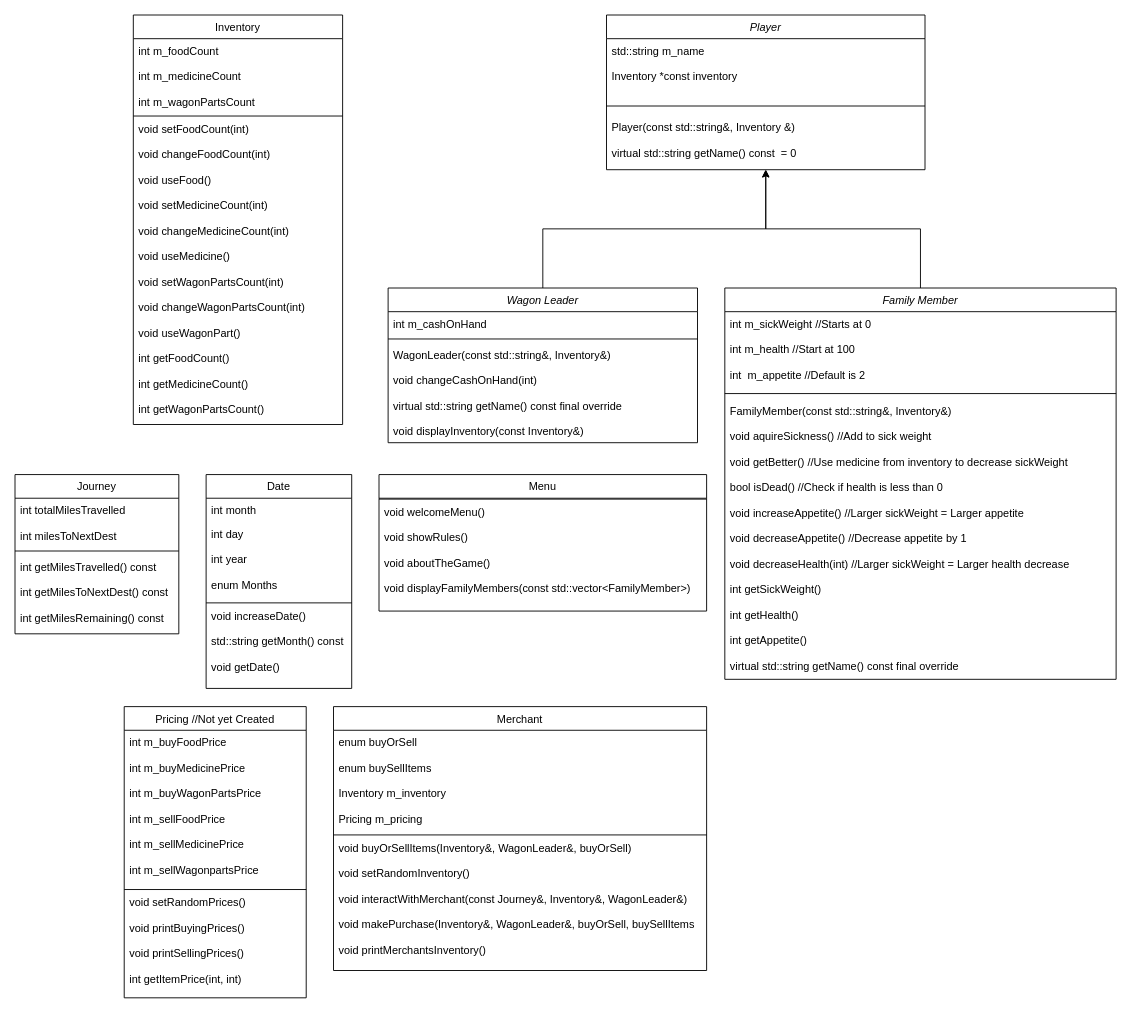
Above: GameDesign.drawio in jro0100/Safe-Travels (draw.io), before the change. Source tidied: cells renumbered, new cells numbered last; positions are measured from the earlier drawing's top-left corner, leaving out a move shared by most shapes. Both pictures are drawn from the tidied source at 91%, with x=0, y=0 at pixel (15, 15).
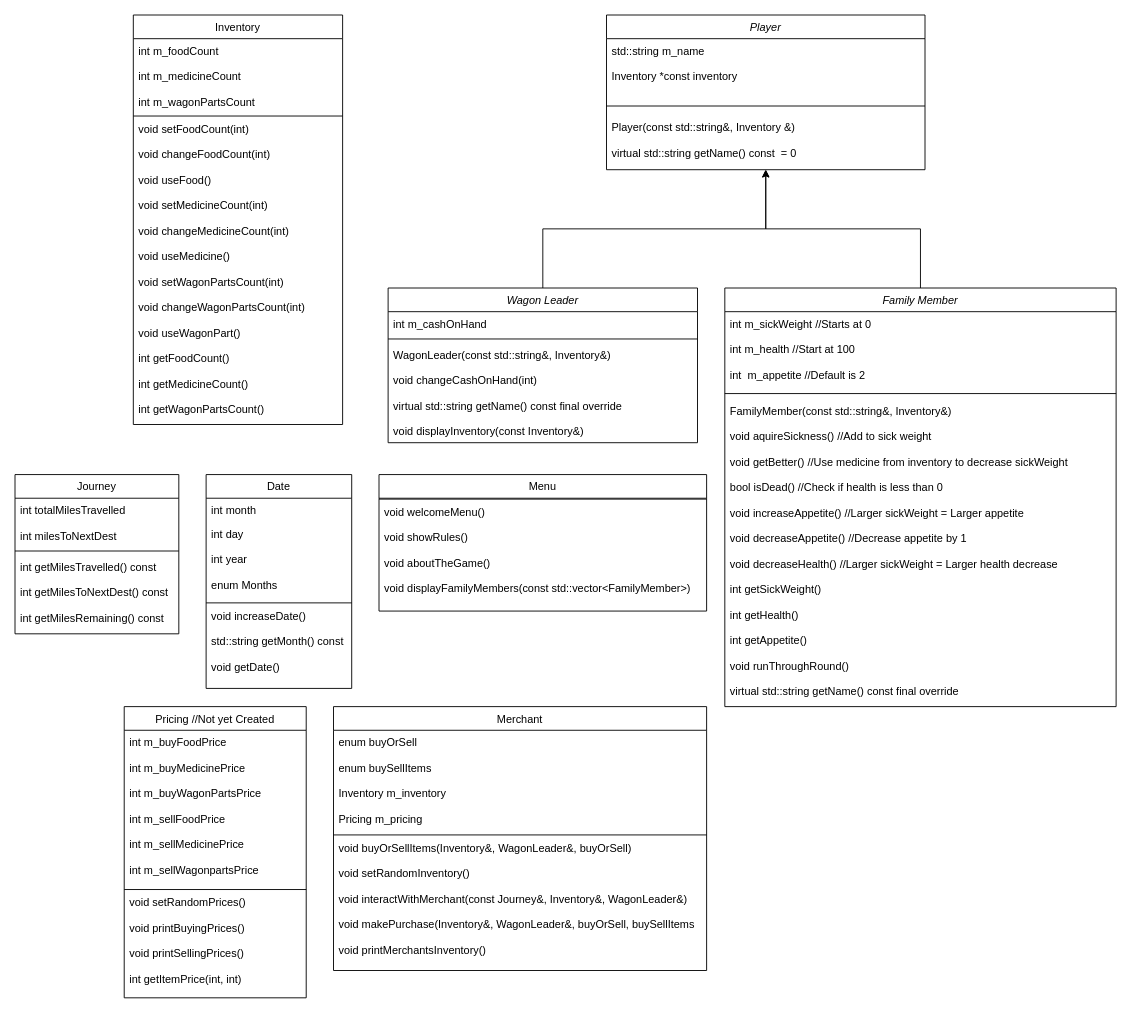
Above is the later version.

Diff of the diagram source:
```diff
@@
     <mxCell id="17" value="Family Member" style="swimlane;fontStyle=2;align=center;verticalAlign=top;horizontal=1;startSize=26;rounded=0;shadow=0;strokeWidth=1;" parent="1" vertex="1">
-      <mxGeometry x="780" y="300" width="430" height="430" as="geometry" />
+      <mxGeometry x="780" y="300" width="430" height="460" as="geometry" />
     </mxCell>
@@
-    <mxCell id="20" value="FamilyMember(const std::string&amp;, Inventory&amp;)&#10;&#10;void aquireSickness() //Add to sick weight&#10;&#10;void getBetter() //Use medicine from inventory to decrease sickWeight&#10;&#10;bool isDead() //Check if health is less than 0&#10;&#10;void increaseAppetite() //Larger sickWeight = Larger appetite&#10;&#10;void decreaseAppetite() //Decrease appetite by 1&#10;&#10;void decreaseHealth(int) //Larger sickWeight = Larger health decrease&#10;&#10;int getSickWeight()&#10;&#10;int getHealth()&#10;&#10;int getAppetite()&#10;&#10;virtual std::string getName() const final override&#10;" style="text;align=left;verticalAlign=top;spacingLeft=4;spacingRight=4;overflow=hidden;" parent="17" vertex="1">
-      <mxGeometry y="122" width="430" height="308" as="geometry" />
+    <mxCell id="20" value="FamilyMember(const std::string&amp;, Inventory&amp;)&#10;&#10;void aquireSickness() //Add to sick weight&#10;&#10;void getBetter() //Use medicine from inventory to decrease sickWeight&#10;&#10;bool isDead() //Check if health is less than 0&#10;&#10;void increaseAppetite() //Larger sickWeight = Larger appetite&#10;&#10;void decreaseAppetite() //Decrease appetite by 1&#10;&#10;void decreaseHealth() //Larger sickWeight = Larger health decrease&#10;&#10;int getSickWeight()&#10;&#10;int getHealth()&#10;&#10;int getAppetite()&#10;&#10;void runThroughRound()&#10;&#10;virtual std::string getName() const final override&#10;" style="text;align=left;verticalAlign=top;spacingLeft=4;spacingRight=4;overflow=hidden;" parent="17" vertex="1">
+      <mxGeometry y="122" width="430" height="338" as="geometry" />
     </mxCell>
```
